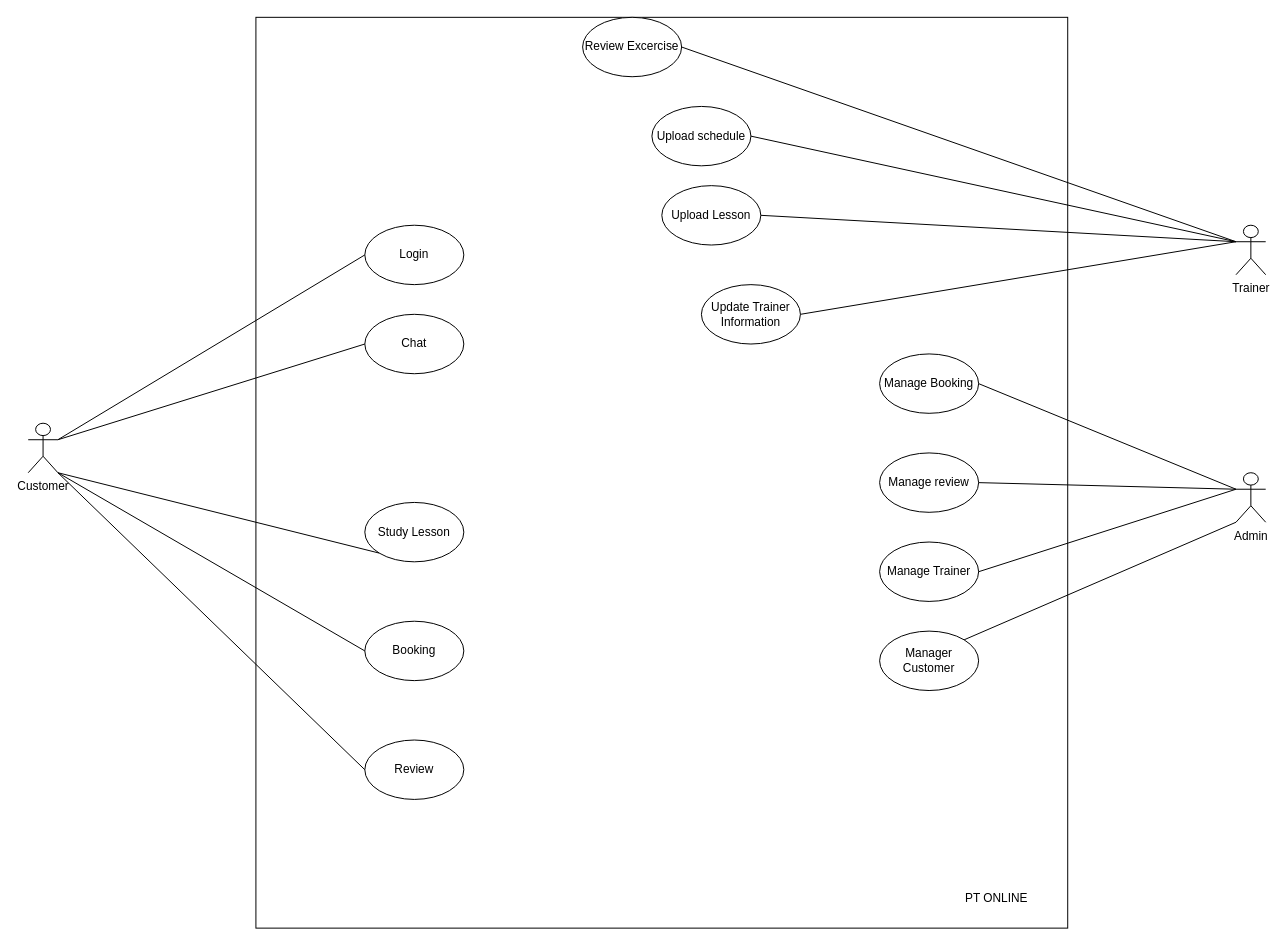
Before: Untitled Diagram.drawio in caoquy2000/DBI, a draw.io diagram. Source tidied: cells renumbered, new cells numbered last; positions are measured from the earlier drawing's top-left corner, leaving out a move shared by most shapes. Both pictures are drawn from the tidied source at 99%, with x=0, y=0 at pixel (28, 17).
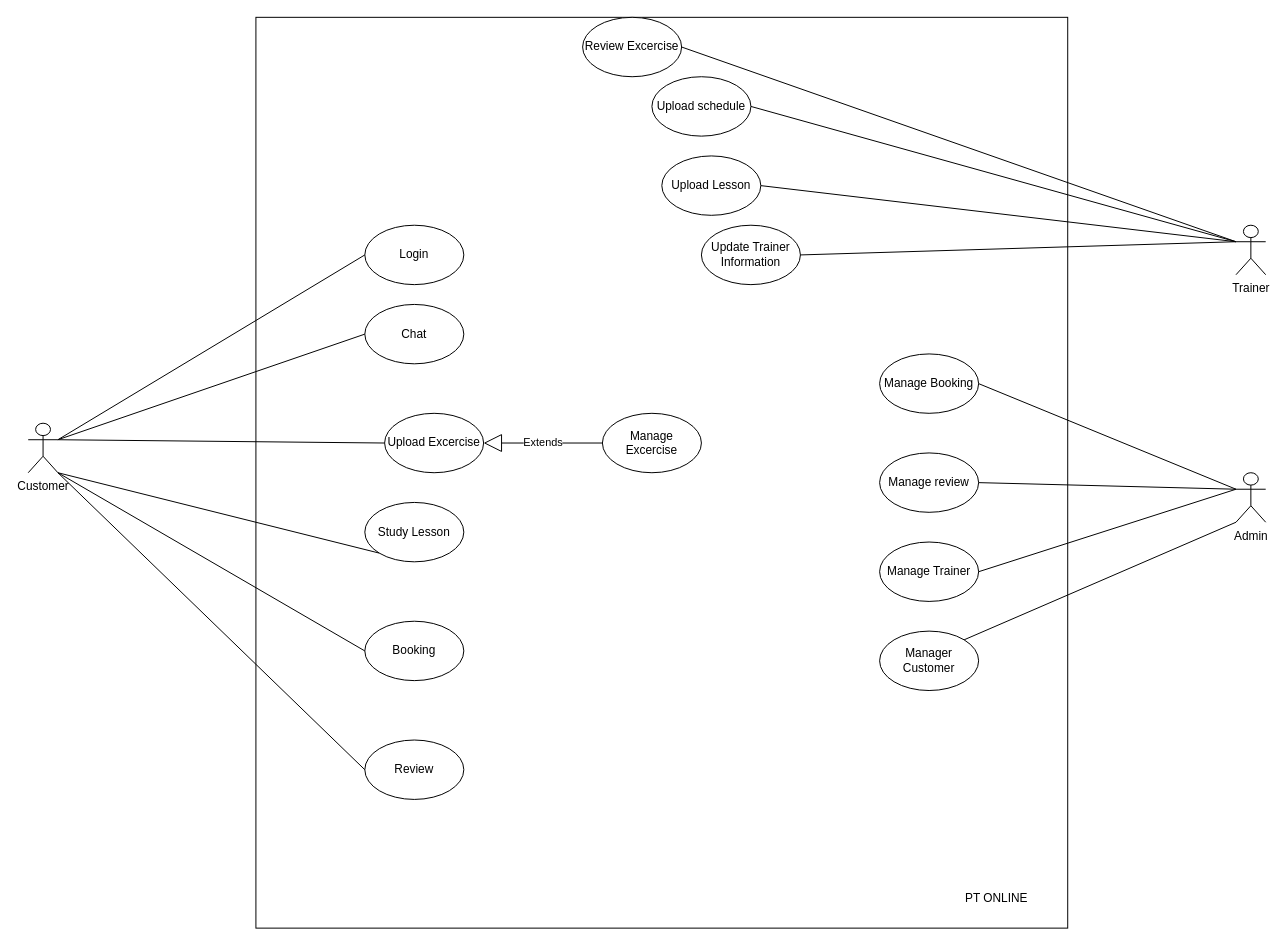
The same page after the edit.

Commit message:
Cập nhật Untitled Diagram.drawio

Unchanged cells that the change refers to:
```xml
<mxCell id="3" value="Customer" style="shape=umlActor;verticalLabelPosition=bottom;verticalAlign=top;html=1;labelPosition=center;align=center;" parent="1" vertex="1">
  <mxGeometry y="410" width="30" height="50" as="geometry" />
</mxCell>
```

What changed in the source:
```diff
@@
     <mxCell id="4" value="Chat" style="ellipse;whiteSpace=wrap;html=1;" parent="1" vertex="1">
-      <mxGeometry x="340" y="300" width="100" height="60" as="geometry" />
+      <mxGeometry x="340" y="290" width="100" height="60" as="geometry" />
     </mxCell>
@@
     <mxCell id="9" value="Upload Lesson" style="ellipse;whiteSpace=wrap;html=1;" parent="1" vertex="1">
-      <mxGeometry x="640" y="170" width="100" height="60" as="geometry" />
+      <mxGeometry x="640" y="140" width="100" height="60" as="geometry" />
     </mxCell>
@@
     <mxCell id="22" value="Update Trainer Information" style="ellipse;whiteSpace=wrap;html=1;" parent="1" vertex="1">
-      <mxGeometry x="680" y="270" width="100" height="60" as="geometry" />
+      <mxGeometry x="680" y="210" width="100" height="60" as="geometry" />
     </mxCell>
@@
     <mxCell id="24" value="Upload schedule" style="ellipse;whiteSpace=wrap;html=1;" parent="1" vertex="1">
-      <mxGeometry x="630" y="90" width="100" height="60" as="geometry" />
+      <mxGeometry x="630" y="60" width="100" height="60" as="geometry" />
     </mxCell>
@@
+    <mxCell id="33" value="Manage Excercise" style="ellipse;whiteSpace=wrap;html=1;" parent="1" vertex="1">
+      <mxGeometry x="580" y="400" width="100" height="60" as="geometry" />
+    </mxCell>
+    <mxCell id="34" style="endArrow=none;endSize=12;html=1;exitX=1;exitY=0.3333333333333333;exitDx=0;exitDy=0;exitPerimeter=0;entryX=0;entryY=0.5;entryDx=0;entryDy=0;endFill=0;" parent="1" edge="1" source="3" target="35">
+      <mxGeometry x="-0.05" y="-2" relative="1" as="geometry" />
+    </mxCell>
+    <mxCell id="35" value="Upload Excercise" style="ellipse;whiteSpace=wrap;html=1;" parent="1" vertex="1">
+      <mxGeometry x="360" y="400" width="100" height="60" as="geometry" />
+    </mxCell>
+    <mxCell id="36" value="Extends" style="endArrow=block;endSize=16;endFill=0;html=1;exitX=0;exitY=0.5;exitDx=0;exitDy=0;entryX=1;entryY=0.5;entryDx=0;entryDy=0;" parent="1" edge="1" source="33" target="35">
+      <mxGeometry relative="1" as="geometry" />
+    </mxCell>
```
